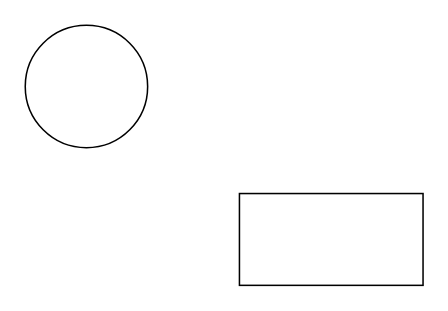
pilsner91/SEP3 keeps this draw.io diagram as Unavngivet diagram.drawio. Above is the earlier version. Source tidied: cells renumbered, new cells numbered last; positions are measured from the earlier drawing's top-left corner, leaving out a move shared by most shapes. Both pictures are drawn from the tidied source at 153%, with x=0, y=0 at pixel (24, 24).
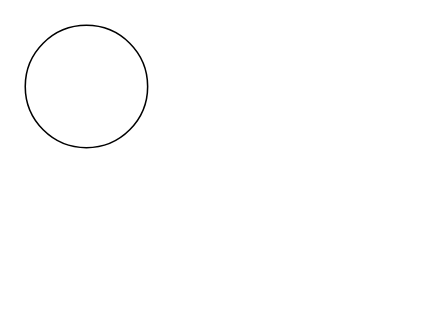
The same diagram, later.

What changed in the source:
```diff
@@
 <mxGraphModel>
   <root>
     <mxCell id="0" />
     <mxCell id="1" parent="0" />
-    <mxCell id="2" style="rounded=0;whiteSpace=wrap;html=1;" parent="1" vertex="1">
-      <mxGeometry x="140" y="110" width="120" height="60" as="geometry" />
-    </mxCell>
     <mxCell id="3" style="ellipse;whiteSpace=wrap;html=1;" parent="1" vertex="1">
       <mxGeometry width="80" height="80" as="geometry" />
     </mxCell>
   </root>
 </mxGraphModel>
```
